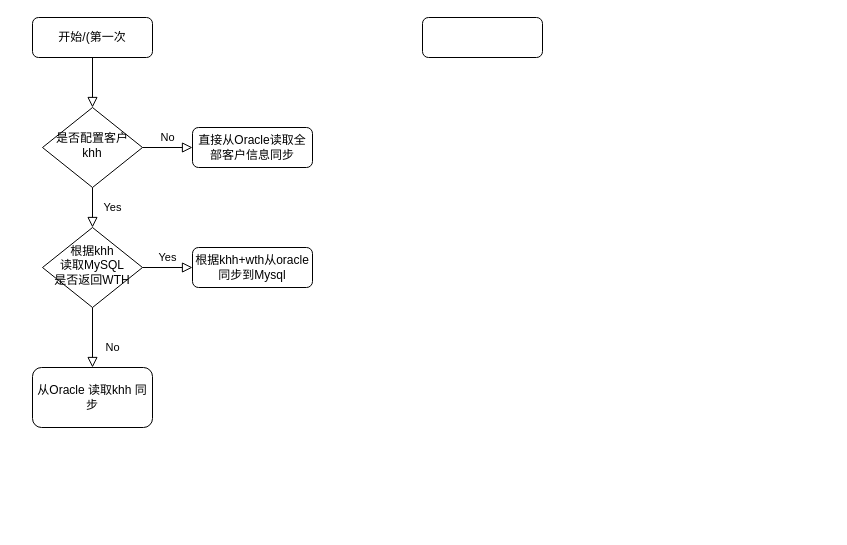
Before: resources/Untitled Diagram.drawio in ccccqyc/small.github.io, a draw.io diagram. Source tidied: cells renumbered, new cells numbered last; positions are measured from the earlier drawing's top-left corner, leaving out a move shared by most shapes. Both pictures are drawn from the tidied source at 100%, with x=0, y=0 at pixel (32, 17).
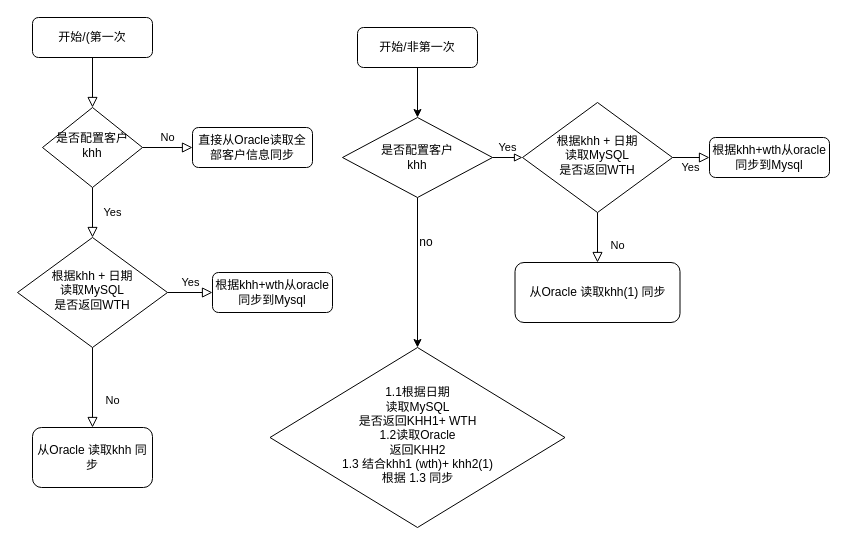
The same diagram, later.

The edit, as a diff of the source:
```diff
@@
-    <mxCell id="10" value="根据khh&lt;div&gt;读取MySQL&lt;/div&gt;&lt;div&gt;是否返回WTH&lt;/div&gt;" style="rhombus;whiteSpace=wrap;html=1;shadow=0;fontFamily=Helvetica;fontSize=12;align=center;strokeWidth=1;spacing=6;spacingTop=-4;" parent="1" vertex="1">
-      <mxGeometry x="10" y="210" width="100" height="80" as="geometry" />
+    <mxCell id="10" value="根据khh + 日期&lt;br&gt;&lt;div&gt;读取MySQL&lt;/div&gt;&lt;div&gt;是否返回WTH&lt;/div&gt;" style="rhombus;whiteSpace=wrap;html=1;shadow=0;fontFamily=Helvetica;fontSize=12;align=center;strokeWidth=1;spacing=6;spacingTop=-4;" parent="1" vertex="1">
+      <mxGeometry x="-15" y="220" width="150" height="110" as="geometry" />
     </mxCell>
     <mxCell id="11" value="从Oracle 读取khh 同步" style="rounded=1;whiteSpace=wrap;html=1;fontSize=12;glass=0;strokeWidth=1;shadow=0;" parent="1" vertex="1">
-      <mxGeometry y="350" width="120" height="60" as="geometry" />
+      <mxGeometry y="410" width="120" height="60" as="geometry" />
     </mxCell>
     <mxCell id="12" value="根据khh+wth从oracle同步到Mysql" style="rounded=1;whiteSpace=wrap;html=1;fontSize=12;glass=0;strokeWidth=1;shadow=0;" parent="1" vertex="1">
-      <mxGeometry x="160" y="230" width="120" height="40" as="geometry" />
+      <mxGeometry x="180" y="255" width="120" height="40" as="geometry" />
     </mxCell>
+    <mxCell id="14" style="edgeStyle=orthogonalEdgeStyle;rounded=0;jettySize=auto;html=1;" parent="1" edge="1" source="13" target="16">
+      <mxGeometry relative="1" as="geometry" />
+    </mxCell>
-    <mxCell id="13" style="rounded=1;whiteSpace=wrap;html=1;" parent="1" vertex="1">
-      <mxGeometry x="390" width="120" height="40" as="geometry" />
+    <mxCell id="13" value="&lt;div&gt;开始/非第一次&lt;/div&gt;" style="rounded=1;whiteSpace=wrap;html=1;" parent="1" vertex="1">
+      <mxGeometry x="325" y="10" width="120" height="40" as="geometry" />
     </mxCell>
+    <mxCell id="15" style="edgeStyle=orthogonalEdgeStyle;rounded=0;jettySize=auto;html=1;entryX=0.5;entryY=0;entryDx=0;entryDy=0;" parent="1" edge="1" source="16" target="24">
+      <mxGeometry relative="1" as="geometry" />
+    </mxCell>
+    <mxCell id="16" value="&lt;div&gt;是否配置客户&lt;/div&gt;khh" style="rhombus;whiteSpace=wrap;html=1;" parent="1" vertex="1">
+      <mxGeometry x="310" y="100" width="150" height="80" as="geometry" />
+    </mxCell>
+    <mxCell id="17" value="No" style="rounded=0;html=1;jettySize=auto;fontSize=11;endArrow=block;endFill=0;endSize=8;strokeWidth=1;shadow=0;labelBackgroundColor=none;edgeStyle=orthogonalEdgeStyle;" parent="1" edge="1" source="19" target="20">
+      <mxGeometry x="0.33" y="20" relative="1" as="geometry" />
+    </mxCell>
+    <mxCell id="18" value="Yes" style="edgeStyle=orthogonalEdgeStyle;rounded=0;html=1;jettySize=auto;fontSize=11;endArrow=block;endFill=0;endSize=8;strokeWidth=1;shadow=0;labelBackgroundColor=none;" parent="1" edge="1" source="19" target="21">
+      <mxGeometry y="10" relative="1" as="geometry" />
+    </mxCell>
+    <mxCell id="19" value="根据khh + 日期&lt;br&gt;&lt;div&gt;读取MySQL&lt;/div&gt;&lt;div&gt;是否返回WTH&lt;/div&gt;" style="rhombus;whiteSpace=wrap;html=1;shadow=0;fontFamily=Helvetica;fontSize=12;align=center;strokeWidth=1;spacing=6;spacingTop=-4;" parent="1" vertex="1">
+      <mxGeometry x="490" y="85" width="150" height="110" as="geometry" />
+    </mxCell>
+    <mxCell id="20" value="从Oracle 读取khh(1) 同步" style="rounded=1;whiteSpace=wrap;html=1;fontSize=12;glass=0;strokeWidth=1;shadow=0;" parent="1" vertex="1">
+      <mxGeometry x="482.5" y="245" width="165" height="60" as="geometry" />
+    </mxCell>
+    <mxCell id="21" value="根据khh+wth从oracle同步到Mysql" style="rounded=1;whiteSpace=wrap;html=1;fontSize=12;glass=0;strokeWidth=1;shadow=0;" parent="1" vertex="1">
+      <mxGeometry x="677" y="120" width="120" height="40" as="geometry" />
+    </mxCell>
+    <mxCell id="22" value="Yes" style="edgeStyle=orthogonalEdgeStyle;rounded=0;html=1;jettySize=auto;fontSize=11;endArrow=block;endFill=0;strokeWidth=1;shadow=0;labelBackgroundColor=none;exitX=1;exitY=0.5;exitDx=0;exitDy=0;entryX=0;entryY=0.5;entryDx=0;entryDy=0;" parent="1" edge="1" source="16" target="19">
+      <mxGeometry y="10" relative="1" as="geometry" />
+    </mxCell>
+    <mxCell id="23" value="no" style="text;html=1;strokeColor=none;fillColor=none;align=center;verticalAlign=middle;whiteSpace=wrap;rounded=0;" parent="1" vertex="1">
+      <mxGeometry x="364" y="210" width="60" height="30" as="geometry" />
+    </mxCell>
+    <mxCell id="24" value="1.1根据日期&lt;br&gt;&lt;div&gt;读取MySQL&lt;/div&gt;&lt;div&gt;是否返回KHH1+ WTH&lt;br&gt;&lt;/div&gt;&lt;div&gt;1.2读取Oracle&lt;br&gt;返回KHH2&lt;/div&gt;&lt;div&gt;1.3 结合khh1 (wth)+ khh2(1)&lt;br&gt;根据 1.3 同步&lt;br&gt;&lt;/div&gt;" style="rhombus;whiteSpace=wrap;html=1;shadow=0;fontFamily=Helvetica;fontSize=12;align=center;strokeWidth=1;spacing=6;spacingTop=-4;" parent="1" vertex="1">
+      <mxGeometry x="237.5" y="330" width="295" height="180" as="geometry" />
+    </mxCell>
```
